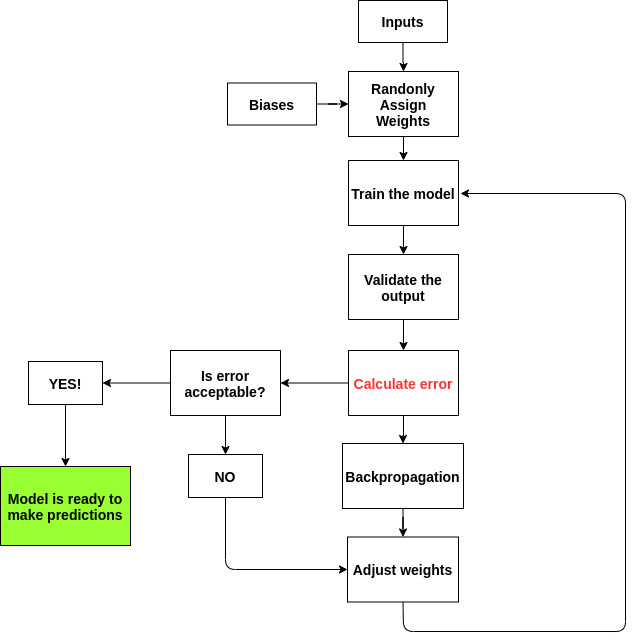
The draw.io diagram assets/images/flow_of_nn.png in aknottymathematician/aknottymathematician.github.io, before a commit. Source tidied: cells renumbered, new cells last; positions are measured from the earlier drawing's top-left corner, leaving out a move shared by most shapes. The source it was exported from:
```xml
<mxGraphModel background="#FFFFFF">
  <root>
    <mxCell id="0" />
    <mxCell id="1" parent="0" />
    <mxCell id="2" style="edgeStyle=orthogonalEdgeStyle;rounded=0;jettySize=auto;html=1;" parent="1" edge="1" source="3" target="5">
      <mxGeometry relative="1" as="geometry" />
    </mxCell>
    <mxCell id="3" value="&lt;font style=&quot;font-size: 14px&quot;&gt;&lt;b&gt;Inputs&lt;/b&gt;&lt;/font&gt;" style="whiteSpace=wrap;html=1;" parent="1" vertex="1">
      <mxGeometry x="358" width="89" height="42" as="geometry" />
    </mxCell>
    <mxCell id="4" style="edgeStyle=orthogonalEdgeStyle;rounded=0;jettySize=auto;html=1;" parent="1" edge="1" source="5" target="9">
      <mxGeometry relative="1" as="geometry" />
    </mxCell>
    <mxCell id="5" value="&lt;font style=&quot;font-size: 14px&quot;&gt;&lt;b&gt;Randonly&lt;br&gt;Assign&lt;br&gt;Weights&lt;/b&gt;&lt;/font&gt;" style="whiteSpace=wrap;html=1;" parent="1" vertex="1">
      <mxGeometry x="348" y="71" width="110" height="65" as="geometry" />
    </mxCell>
    <mxCell id="6" style="edgeStyle=orthogonalEdgeStyle;rounded=0;jettySize=auto;html=1;" parent="1" edge="1" source="7" target="5">
      <mxGeometry relative="1" as="geometry" />
    </mxCell>
    <mxCell id="7" value="&lt;font style=&quot;font-size: 14px&quot;&gt;&lt;b&gt;Biases&lt;/b&gt;&lt;/font&gt;" style="whiteSpace=wrap;html=1;" parent="1" vertex="1">
      <mxGeometry x="227" y="82.5" width="89" height="42" as="geometry" />
    </mxCell>
    <mxCell id="8" style="edgeStyle=orthogonalEdgeStyle;rounded=0;jettySize=auto;html=1;" parent="1" edge="1" source="9" target="17">
      <mxGeometry relative="1" as="geometry" />
    </mxCell>
    <mxCell id="9" value="&lt;span style=&quot;font-size: 14px&quot;&gt;&lt;b&gt;Train the model&lt;/b&gt;&lt;/span&gt;" style="whiteSpace=wrap;html=1;" parent="1" vertex="1">
      <mxGeometry x="348" y="160" width="110" height="65" as="geometry" />
    </mxCell>
    <mxCell id="10" style="edgeStyle=orthogonalEdgeStyle;rounded=0;jettySize=auto;html=1;" parent="1" edge="1" source="12" target="14">
      <mxGeometry relative="1" as="geometry" />
    </mxCell>
    <mxCell id="11" style="edgeStyle=orthogonalEdgeStyle;rounded=0;jettySize=auto;html=1;" parent="1" edge="1" source="12" target="21">
      <mxGeometry relative="1" as="geometry" />
    </mxCell>
    <mxCell id="12" value="&lt;span style=&quot;font-size: 14px&quot;&gt;&lt;font color=&quot;#ff3333&quot;&gt;&lt;b&gt;Calculate error&lt;/b&gt;&lt;/font&gt;&lt;/span&gt;" style="whiteSpace=wrap;html=1;" parent="1" vertex="1">
      <mxGeometry x="348" y="350" width="110" height="65" as="geometry" />
    </mxCell>
    <mxCell id="13" style="edgeStyle=orthogonalEdgeStyle;rounded=0;jettySize=auto;html=1;" parent="1" edge="1" source="14" target="15">
      <mxGeometry relative="1" as="geometry" />
    </mxCell>
    <mxCell id="14" value="&lt;span style=&quot;font-size: 14px&quot;&gt;&lt;b&gt;Backpropagation&lt;/b&gt;&lt;/span&gt;" style="whiteSpace=wrap;html=1;" parent="1" vertex="1">
      <mxGeometry x="342" y="443" width="121" height="65" as="geometry" />
    </mxCell>
    <mxCell id="15" value="&lt;span style=&quot;font-size: 14px&quot;&gt;&lt;b&gt;Adjust weights&lt;/b&gt;&lt;br&gt;&lt;/span&gt;" style="whiteSpace=wrap;html=1;" parent="1" vertex="1">
      <mxGeometry x="347" y="536.5" width="111" height="65" as="geometry" />
    </mxCell>
    <mxCell id="16" style="edgeStyle=orthogonalEdgeStyle;rounded=0;jettySize=auto;html=1;" parent="1" edge="1" source="17" target="12">
      <mxGeometry relative="1" as="geometry" />
    </mxCell>
    <mxCell id="17" value="&lt;span style=&quot;font-size: 14px&quot;&gt;&lt;b&gt;Validate the output&lt;/b&gt;&lt;/span&gt;" style="whiteSpace=wrap;html=1;" parent="1" vertex="1">
      <mxGeometry x="348" y="254" width="110" height="65" as="geometry" />
    </mxCell>
    <mxCell id="18" style="endArrow=classic;html=1;exitX=0.5;exitY=1;exitDx=0;exitDy=0;" parent="1" edge="1" source="15">
      <mxGeometry relative="1" as="geometry">
        <mxPoint x="460" y="193" as="targetPoint" />
        <Array as="points">
          <mxPoint x="403" y="631" />
          <mxPoint x="625" y="631" />
          <mxPoint x="625" y="193" />
        </Array>
      </mxGeometry>
    </mxCell>
    <mxCell id="19" style="edgeStyle=none;rounded=0;jettySize=auto;html=1;" parent="1" edge="1" source="21" target="23">
      <mxGeometry relative="1" as="geometry" />
    </mxCell>
    <mxCell id="20" style="edgeStyle=none;rounded=0;jettySize=auto;html=1;" parent="1" edge="1" source="21" target="25">
      <mxGeometry relative="1" as="geometry" />
    </mxCell>
    <mxCell id="21" value="&lt;span style=&quot;font-size: 14px&quot;&gt;&lt;b&gt;Is error acceptable?&lt;/b&gt;&lt;/span&gt;" style="whiteSpace=wrap;html=1;" parent="1" vertex="1">
      <mxGeometry x="170" y="350" width="110" height="65" as="geometry" />
    </mxCell>
    <mxCell id="22" style="edgeStyle=none;rounded=0;jettySize=auto;html=1;" parent="1" edge="1" source="23" target="24">
      <mxGeometry relative="1" as="geometry" />
    </mxCell>
    <mxCell id="23" value="&lt;span style=&quot;font-size: 14px&quot;&gt;&lt;b&gt;YES!&lt;/b&gt;&lt;/span&gt;" style="whiteSpace=wrap;html=1;" parent="1" vertex="1">
      <mxGeometry x="28" y="361" width="74" height="43" as="geometry" />
    </mxCell>
    <mxCell id="24" value="&lt;span style=&quot;font-size: 14px&quot;&gt;&lt;b&gt;Model is ready to make predictions&lt;/b&gt;&lt;/span&gt;" style="whiteSpace=wrap;html=1;fillColor=#99FF33;" parent="1" vertex="1">
      <mxGeometry y="466" width="130" height="79" as="geometry" />
    </mxCell>
    <mxCell id="25" value="&lt;span style=&quot;font-size: 14px&quot;&gt;&lt;b&gt;NO&lt;br&gt;&lt;/b&gt;&lt;/span&gt;" style="whiteSpace=wrap;html=1;" parent="1" vertex="1">
      <mxGeometry x="188" y="454" width="74" height="43" as="geometry" />
    </mxCell>
    <mxCell id="26" style="endArrow=classic;html=1;exitX=0.5;exitY=1;exitDx=0;exitDy=0;entryX=0;entryY=0.5;entryDx=0;entryDy=0;" parent="1" edge="1" source="25" target="15">
      <mxGeometry relative="1" as="geometry">
        <Array as="points">
          <mxPoint x="225" y="569" />
        </Array>
      </mxGeometry>
    </mxCell>
  </root>
</mxGraphModel>
```
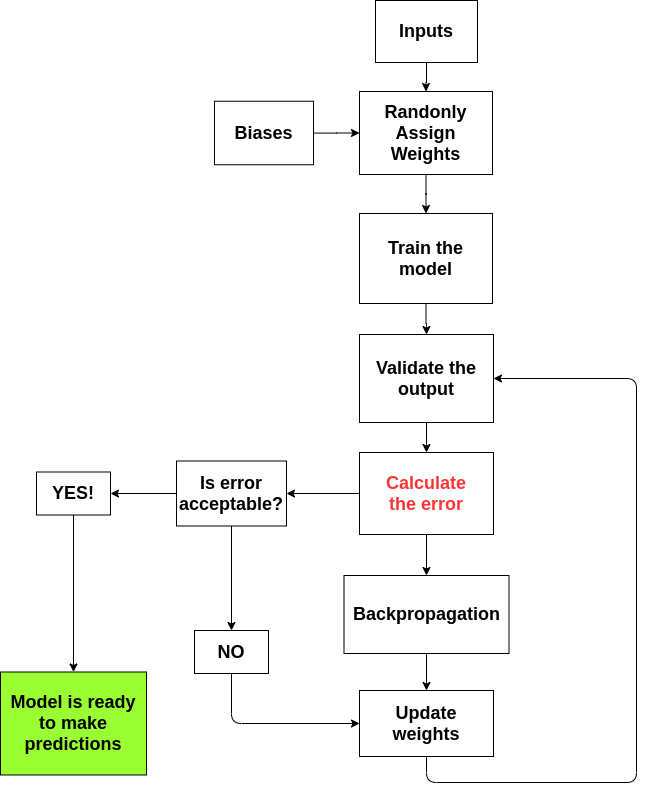
Later version of the same file.

The edit, as a diff of the source:
```diff
@@ -5,26 +5,26 @@
     <mxCell id="2" style="edgeStyle=orthogonalEdgeStyle;rounded=0;jettySize=auto;html=1;" parent="1" edge="1" source="3" target="5">
       <mxGeometry relative="1" as="geometry" />
     </mxCell>
-    <mxCell id="3" value="&lt;font style=&quot;font-size: 14px&quot;&gt;&lt;b&gt;Inputs&lt;/b&gt;&lt;/font&gt;" style="whiteSpace=wrap;html=1;" parent="1" vertex="1">
-      <mxGeometry x="358" width="89" height="42" as="geometry" />
+    <mxCell id="3" value="&lt;font style=&quot;font-size: 18px&quot;&gt;&lt;b&gt;Inputs&lt;/b&gt;&lt;/font&gt;" style="whiteSpace=wrap;html=1;" parent="1" vertex="1">
+      <mxGeometry x="443" y="-18" width="102" height="62" as="geometry" />
     </mxCell>
     <mxCell id="4" style="edgeStyle=orthogonalEdgeStyle;rounded=0;jettySize=auto;html=1;" parent="1" edge="1" source="5" target="9">
       <mxGeometry relative="1" as="geometry" />
     </mxCell>
-    <mxCell id="5" value="&lt;font style=&quot;font-size: 14px&quot;&gt;&lt;b&gt;Randonly&lt;br&gt;Assign&lt;br&gt;Weights&lt;/b&gt;&lt;/font&gt;" style="whiteSpace=wrap;html=1;" parent="1" vertex="1">
-      <mxGeometry x="348" y="71" width="110" height="65" as="geometry" />
+    <mxCell id="5" value="&lt;font style=&quot;font-size: 18px&quot;&gt;&lt;b&gt;Randonly&lt;br&gt;Assign&lt;br&gt;Weights&lt;/b&gt;&lt;/font&gt;" style="whiteSpace=wrap;html=1;" parent="1" vertex="1">
+      <mxGeometry x="427" y="73" width="133" height="83" as="geometry" />
     </mxCell>
     <mxCell id="6" style="edgeStyle=orthogonalEdgeStyle;rounded=0;jettySize=auto;html=1;" parent="1" edge="1" source="7" target="5">
       <mxGeometry relative="1" as="geometry" />
     </mxCell>
-    <mxCell id="7" value="&lt;font style=&quot;font-size: 14px&quot;&gt;&lt;b&gt;Biases&lt;/b&gt;&lt;/font&gt;" style="whiteSpace=wrap;html=1;" parent="1" vertex="1">
-      <mxGeometry x="227" y="82.5" width="89" height="42" as="geometry" />
+    <mxCell id="7" value="&lt;font style=&quot;font-size: 18px&quot;&gt;&lt;b&gt;Biases&lt;/b&gt;&lt;/font&gt;" style="whiteSpace=wrap;html=1;" parent="1" vertex="1">
+      <mxGeometry x="282" y="82.8" width="99" height="63.5" as="geometry" />
     </mxCell>
     <mxCell id="8" style="edgeStyle=orthogonalEdgeStyle;rounded=0;jettySize=auto;html=1;" parent="1" edge="1" source="9" target="17">
       <mxGeometry relative="1" as="geometry" />
     </mxCell>
-    <mxCell id="9" value="&lt;span style=&quot;font-size: 14px&quot;&gt;&lt;b&gt;Train the model&lt;/b&gt;&lt;/span&gt;" style="whiteSpace=wrap;html=1;" parent="1" vertex="1">
-      <mxGeometry x="348" y="160" width="110" height="65" as="geometry" />
+    <mxCell id="9" value="&lt;b&gt;&lt;font style=&quot;font-size: 18px&quot;&gt;Train the model&lt;/font&gt;&lt;/b&gt;" style="whiteSpace=wrap;html=1;" parent="1" vertex="1">
+      <mxGeometry x="427" y="195" width="133" height="90" as="geometry" />
     </mxCell>
     <mxCell id="10" style="edgeStyle=orthogonalEdgeStyle;rounded=0;jettySize=auto;html=1;" parent="1" edge="1" source="12" target="14">
       <mxGeometry relative="1" as="geometry" />
@@ -32,31 +32,30 @@
     <mxCell id="11" style="edgeStyle=orthogonalEdgeStyle;rounded=0;jettySize=auto;html=1;" parent="1" edge="1" source="12" target="21">
       <mxGeometry relative="1" as="geometry" />
     </mxCell>
-    <mxCell id="12" value="&lt;span style=&quot;font-size: 14px&quot;&gt;&lt;font color=&quot;#ff3333&quot;&gt;&lt;b&gt;Calculate error&lt;/b&gt;&lt;/font&gt;&lt;/span&gt;" style="whiteSpace=wrap;html=1;" parent="1" vertex="1">
-      <mxGeometry x="348" y="350" width="110" height="65" as="geometry" />
+    <mxCell id="12" value="&lt;font color=&quot;#ff3333&quot; style=&quot;font-size: 18px&quot;&gt;&lt;b&gt;Calculate&lt;br&gt;the error&lt;/b&gt;&lt;/font&gt;" style="whiteSpace=wrap;html=1;" parent="1" vertex="1">
+      <mxGeometry x="427" y="434" width="134" height="82" as="geometry" />
     </mxCell>
     <mxCell id="13" style="edgeStyle=orthogonalEdgeStyle;rounded=0;jettySize=auto;html=1;" parent="1" edge="1" source="14" target="15">
       <mxGeometry relative="1" as="geometry" />
     </mxCell>
-    <mxCell id="14" value="&lt;span style=&quot;font-size: 14px&quot;&gt;&lt;b&gt;Backpropagation&lt;/b&gt;&lt;/span&gt;" style="whiteSpace=wrap;html=1;" parent="1" vertex="1">
-      <mxGeometry x="342" y="443" width="121" height="65" as="geometry" />
+    <mxCell id="14" value="&lt;b&gt;&lt;font style=&quot;font-size: 18px&quot;&gt;Backpropagation&lt;/font&gt;&lt;/b&gt;" style="whiteSpace=wrap;html=1;" parent="1" vertex="1">
+      <mxGeometry x="411.5" y="557" width="165" height="78" as="geometry" />
     </mxCell>
-    <mxCell id="15" value="&lt;span style=&quot;font-size: 14px&quot;&gt;&lt;b&gt;Adjust weights&lt;/b&gt;&lt;br&gt;&lt;/span&gt;" style="whiteSpace=wrap;html=1;" parent="1" vertex="1">
-      <mxGeometry x="347" y="536.5" width="111" height="65" as="geometry" />
+    <mxCell id="15" value="&lt;b&gt;&lt;font style=&quot;font-size: 18px&quot;&gt;Update weights&lt;/font&gt;&lt;/b&gt;" style="whiteSpace=wrap;html=1;" parent="1" vertex="1">
+      <mxGeometry x="427" y="672" width="134" height="66" as="geometry" />
     </mxCell>
     <mxCell id="16" style="edgeStyle=orthogonalEdgeStyle;rounded=0;jettySize=auto;html=1;" parent="1" edge="1" source="17" target="12">
       <mxGeometry relative="1" as="geometry" />
     </mxCell>
-    <mxCell id="17" value="&lt;span style=&quot;font-size: 14px&quot;&gt;&lt;b&gt;Validate the output&lt;/b&gt;&lt;/span&gt;" style="whiteSpace=wrap;html=1;" parent="1" vertex="1">
-      <mxGeometry x="348" y="254" width="110" height="65" as="geometry" />
+    <mxCell id="17" value="&lt;b&gt;&lt;font style=&quot;font-size: 18px&quot;&gt;Validate the output&lt;/font&gt;&lt;/b&gt;" style="whiteSpace=wrap;html=1;" parent="1" vertex="1">
+      <mxGeometry x="427" y="316" width="134" height="88" as="geometry" />
     </mxCell>
-    <mxCell id="18" style="endArrow=classic;html=1;exitX=0.5;exitY=1;exitDx=0;exitDy=0;" parent="1" edge="1" source="15">
+    <mxCell id="18" style="endArrow=classic;html=1;exitX=0.5;exitY=1;exitDx=0;exitDy=0;entryX=1;entryY=0.5;entryDx=0;entryDy=0;" parent="1" edge="1" source="15" target="17">
       <mxGeometry relative="1" as="geometry">
-        <mxPoint x="460" y="193" as="targetPoint" />
         <Array as="points">
-          <mxPoint x="403" y="631" />
-          <mxPoint x="625" y="631" />
-          <mxPoint x="625" y="193" />
+          <mxPoint x="494" y="764" />
+          <mxPoint x="704" y="764" />
+          <mxPoint x="704" y="360" />
         </Array>
       </mxGeometry>
     </mxCell>
@@ -66,25 +65,25 @@
     <mxCell id="20" style="edgeStyle=none;rounded=0;jettySize=auto;html=1;" parent="1" edge="1" source="21" target="25">
       <mxGeometry relative="1" as="geometry" />
     </mxCell>
-    <mxCell id="21" value="&lt;span style=&quot;font-size: 14px&quot;&gt;&lt;b&gt;Is error acceptable?&lt;/b&gt;&lt;/span&gt;" style="whiteSpace=wrap;html=1;" parent="1" vertex="1">
-      <mxGeometry x="170" y="350" width="110" height="65" as="geometry" />
+    <mxCell id="21" value="&lt;b&gt;&lt;font style=&quot;font-size: 18px&quot;&gt;Is error acceptable?&lt;/font&gt;&lt;/b&gt;" style="whiteSpace=wrap;html=1;" parent="1" vertex="1">
+      <mxGeometry x="244" y="442.5" width="110" height="65" as="geometry" />
     </mxCell>
     <mxCell id="22" style="edgeStyle=none;rounded=0;jettySize=auto;html=1;" parent="1" edge="1" source="23" target="24">
       <mxGeometry relative="1" as="geometry" />
     </mxCell>
-    <mxCell id="23" value="&lt;span style=&quot;font-size: 14px&quot;&gt;&lt;b&gt;YES!&lt;/b&gt;&lt;/span&gt;" style="whiteSpace=wrap;html=1;" parent="1" vertex="1">
-      <mxGeometry x="28" y="361" width="74" height="43" as="geometry" />
+    <mxCell id="23" value="&lt;b&gt;&lt;font style=&quot;font-size: 18px&quot;&gt;YES!&lt;/font&gt;&lt;/b&gt;" style="whiteSpace=wrap;html=1;" parent="1" vertex="1">
+      <mxGeometry x="104" y="453.5" width="74" height="43" as="geometry" />
     </mxCell>
-    <mxCell id="24" value="&lt;span style=&quot;font-size: 14px&quot;&gt;&lt;b&gt;Model is ready to make predictions&lt;/b&gt;&lt;/span&gt;" style="whiteSpace=wrap;html=1;fillColor=#99FF33;" parent="1" vertex="1">
-      <mxGeometry y="466" width="130" height="79" as="geometry" />
+    <mxCell id="24" value="&lt;b&gt;&lt;font style=&quot;font-size: 18px&quot;&gt;Model is ready to make predictions&lt;/font&gt;&lt;/b&gt;" style="whiteSpace=wrap;html=1;fillColor=#99FF33;" parent="1" vertex="1">
+      <mxGeometry x="68" y="653.5" width="146" height="103" as="geometry" />
     </mxCell>
-    <mxCell id="25" value="&lt;span style=&quot;font-size: 14px&quot;&gt;&lt;b&gt;NO&lt;br&gt;&lt;/b&gt;&lt;/span&gt;" style="whiteSpace=wrap;html=1;" parent="1" vertex="1">
-      <mxGeometry x="188" y="454" width="74" height="43" as="geometry" />
+    <mxCell id="25" value="&lt;b&gt;&lt;font style=&quot;font-size: 18px&quot;&gt;NO&lt;/font&gt;&lt;br&gt;&lt;/b&gt;" style="whiteSpace=wrap;html=1;" parent="1" vertex="1">
+      <mxGeometry x="262" y="612" width="74" height="43" as="geometry" />
     </mxCell>
     <mxCell id="26" style="endArrow=classic;html=1;exitX=0.5;exitY=1;exitDx=0;exitDy=0;entryX=0;entryY=0.5;entryDx=0;entryDy=0;" parent="1" edge="1" source="25" target="15">
       <mxGeometry relative="1" as="geometry">
         <Array as="points">
-          <mxPoint x="225" y="569" />
+          <mxPoint x="299" y="705" />
         </Array>
       </mxGeometry>
     </mxCell>
```
